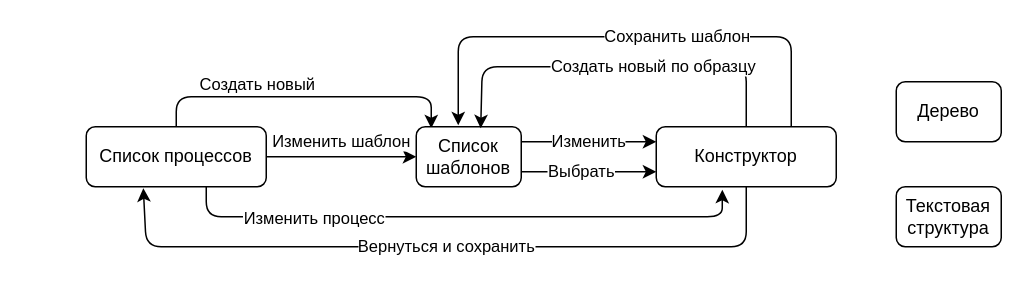
Earlier version of the draw.io diagram src/draw.io/constructor.drawio (Kasimba666/PsyProcessor-vue). Source tidied: cells renumbered, new cells numbered last; positions are measured from the earlier drawing's top-left corner, leaving out a move shared by most shapes. Both pictures are drawn from the tidied source at 150%, with x=0, y=0 at pixel (86, 36).
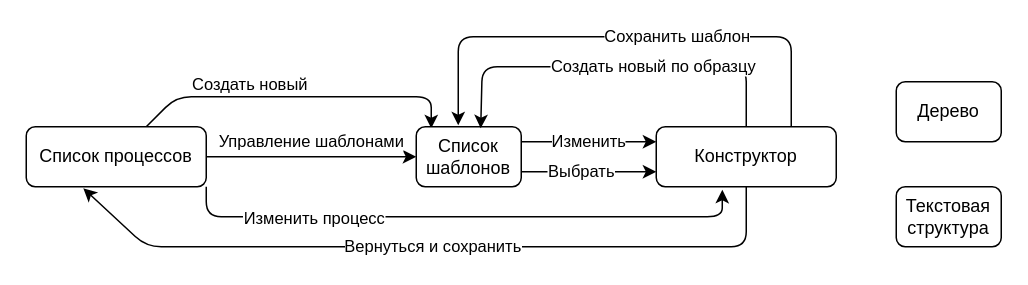
Above is the later version.

Commit message:
Конструктор. Редактирование блок-схемы

Unchanged cells that the change refers to:
```xml
<mxCell id="8" value="Список шаблонов" style="rounded=1;whiteSpace=wrap;html=1;" parent="1" vertex="1">
  <mxGeometry x="220" y="60" width="70" height="40" as="geometry" />
</mxCell>
```

Change to the diagram source:
```diff
@@
-    <mxCell id="4" value="Изменить шаблон" style="edgeStyle=none;html=1;" parent="1" edge="1" source="5" target="8">
+    <mxCell id="4" value="Управление шаблонами" style="edgeStyle=none;html=1;" parent="1" edge="1" source="5" target="8">
       <mxGeometry y="10" relative="1" as="geometry" />
     </mxCell>
     <mxCell id="5" value="Список процессов" style="rounded=1;whiteSpace=wrap;html=1;" parent="1" vertex="1">
-      <mxGeometry y="60" width="120" height="40" as="geometry" />
+      <mxGeometry x="-40" y="60" width="120" height="40" as="geometry" />
     </mxCell>
```
